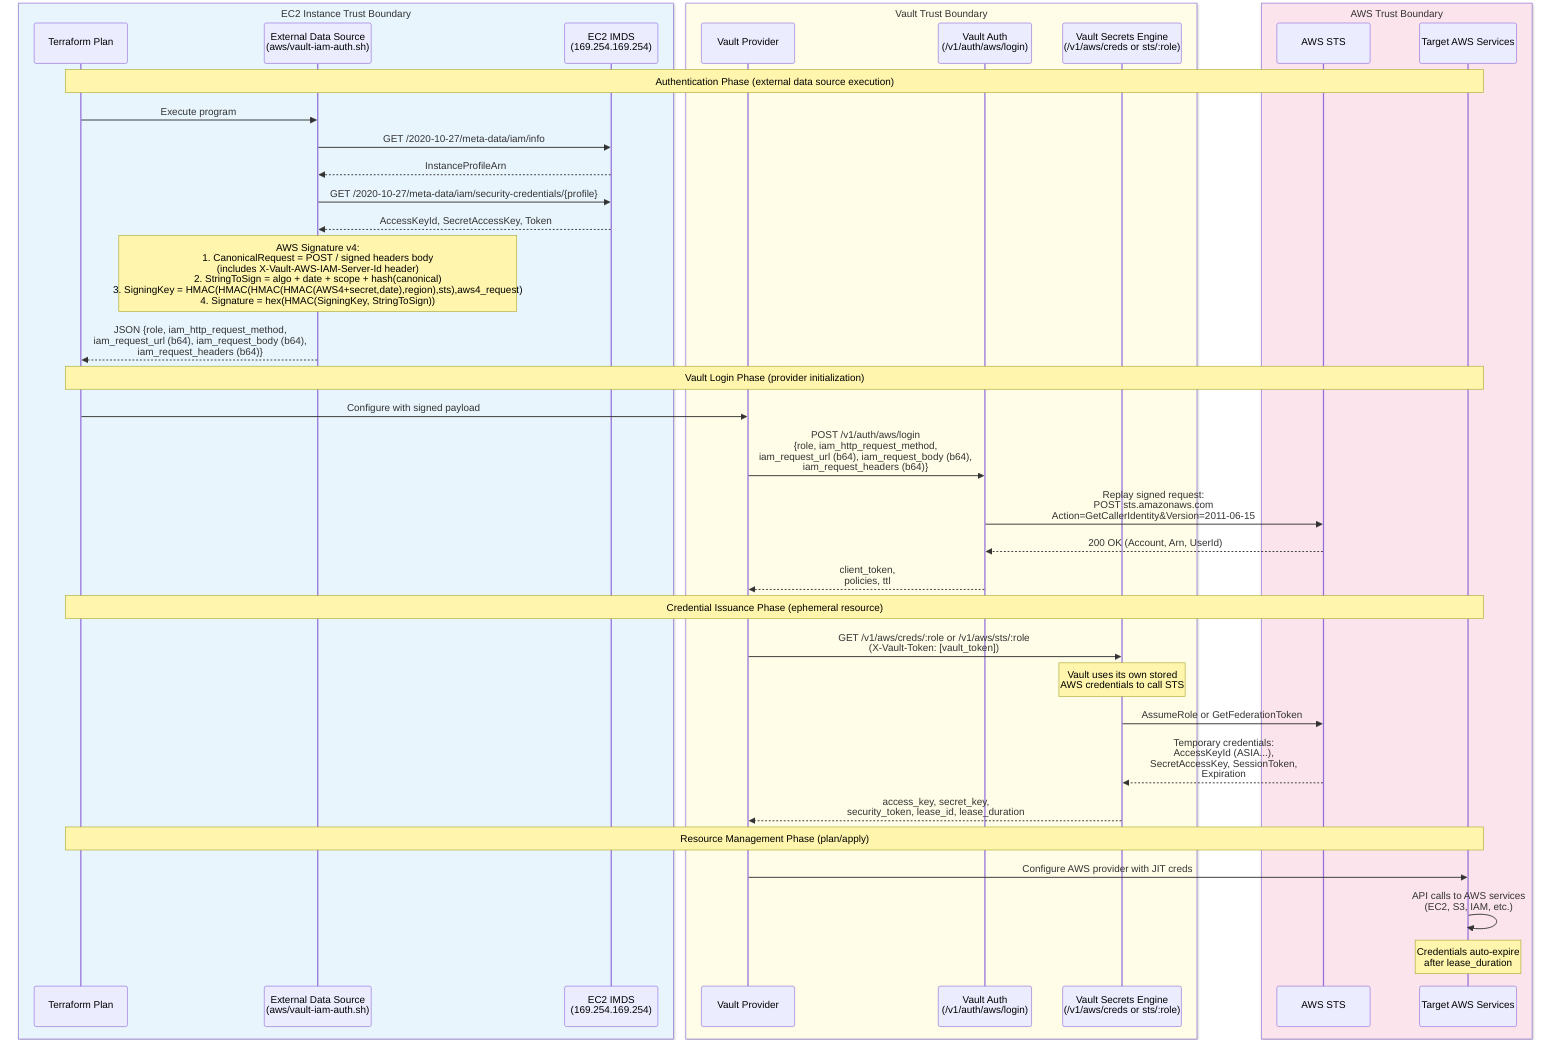
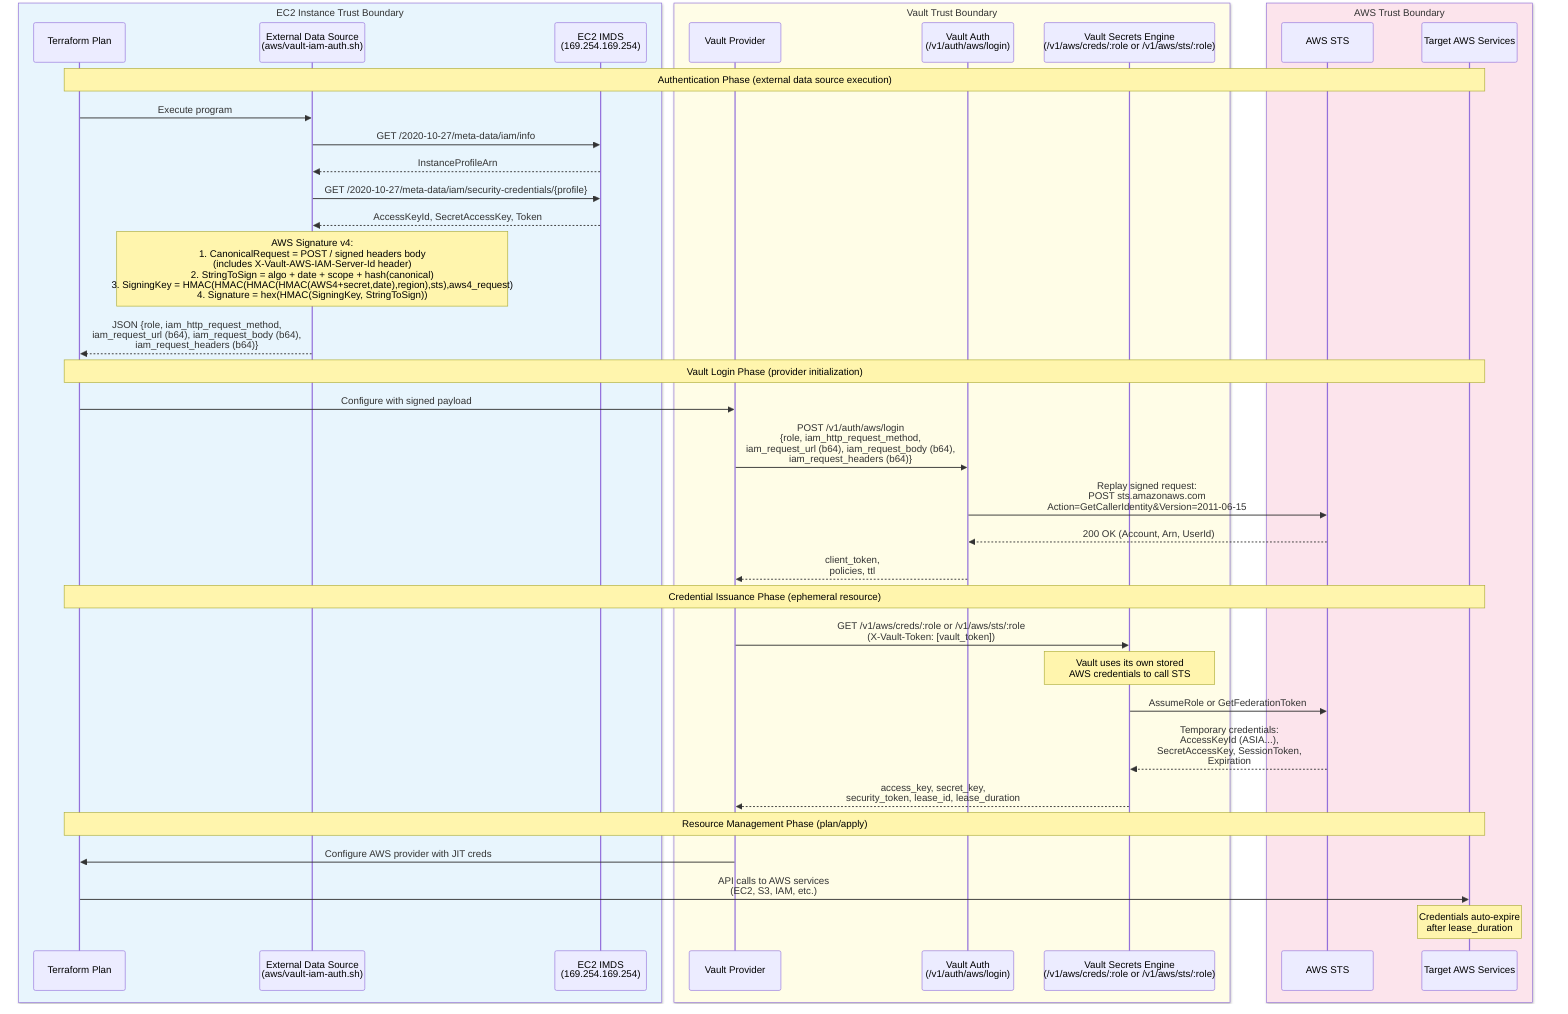
sequenceDiagram
    box rgb(232,245,253) EC2 Instance Trust Boundary
        participant TF as Terraform Plan
        participant EXT as External Data Source<br/>(aws/vault-iam-auth.sh)
        participant IMDS as EC2 IMDS<br/>(169.254.169.254)
    end

    box rgb(255,253,231) Vault Trust Boundary
        participant VP as Vault Provider
        participant VAUTH as Vault Auth<br/>(/v1/auth/aws/login)
-         participant VSE as Vault Secrets Engine<br/>(/v1/aws/creds or sts/:role)
+         participant VSE as Vault Secrets Engine<br/>(/v1/aws/creds/:role or /v1/aws/sts/:role)
    end

    box rgb(252,228,236) AWS Trust Boundary
        participant STS as AWS STS
        participant TGTAWS as Target AWS Services
    end

    Note over TF,TGTAWS: Authentication Phase (external data source execution)
    TF->>EXT: Execute program
    EXT->>IMDS: GET /2020-10-27/meta-data/iam/info
    IMDS-->>EXT: InstanceProfileArn
    EXT->>IMDS: GET /2020-10-27/meta-data/iam/security-credentials/{profile}
    IMDS-->>EXT: AccessKeyId, SecretAccessKey, Token
    Note over EXT: AWS Signature v4:<br/>1. CanonicalRequest = POST / signed headers body<br/>(includes X-Vault-AWS-IAM-Server-Id header)<br/>2. StringToSign = algo + date + scope + hash(canonical)<br/>3. SigningKey = HMAC(HMAC(HMAC(HMAC(AWS4+secret,date),region),sts),aws4_request)<br/>4. Signature = hex(HMAC(SigningKey, StringToSign))
    EXT-->>TF: JSON {role, iam_http_request_method,<br/>iam_request_url (b64), iam_request_body (b64),<br/>iam_request_headers (b64)}

    Note over TF,TGTAWS: Vault Login Phase (provider initialization)
    TF->>VP: Configure with signed payload
    VP->>VAUTH: POST /v1/auth/aws/login<br/>{role, iam_http_request_method,<br/>iam_request_url (b64), iam_request_body (b64),<br/>iam_request_headers (b64)}
    VAUTH->>STS: Replay signed request:<br/>POST sts.amazonaws.com<br/>Action=GetCallerIdentity&Version=2011-06-15
    STS-->>VAUTH: 200 OK (Account, Arn, UserId)
    VAUTH-->>VP: client_token,<br/>policies, ttl

    Note over TF,TGTAWS: Credential Issuance Phase (ephemeral resource)
    VP->>VSE: GET /v1/aws/creds/:role or /v1/aws/sts/:role<br/>(X-Vault-Token: [vault_token])
    Note over VSE: Vault uses its own stored<br/>AWS credentials to call STS
    VSE->>STS: AssumeRole or GetFederationToken
    STS-->>VSE: Temporary credentials:<br/>AccessKeyId (ASIA...),<br/>SecretAccessKey, SessionToken,<br/>Expiration
    VSE-->>VP: access_key, secret_key,<br/>security_token, lease_id, lease_duration

    Note over TF,TGTAWS: Resource Management Phase (plan/apply)
-     VP->>TGTAWS: Configure AWS provider with JIT creds
-     TGTAWS->>TGTAWS: API calls to AWS services<br/>(EC2, S3, IAM, etc.)
+     VP->>TF: Configure AWS provider with JIT creds
+     TF->>TGTAWS: API calls to AWS services<br/>(EC2, S3, IAM, etc.)
    Note over TGTAWS: Credentials auto-expire<br/>after lease_duration
